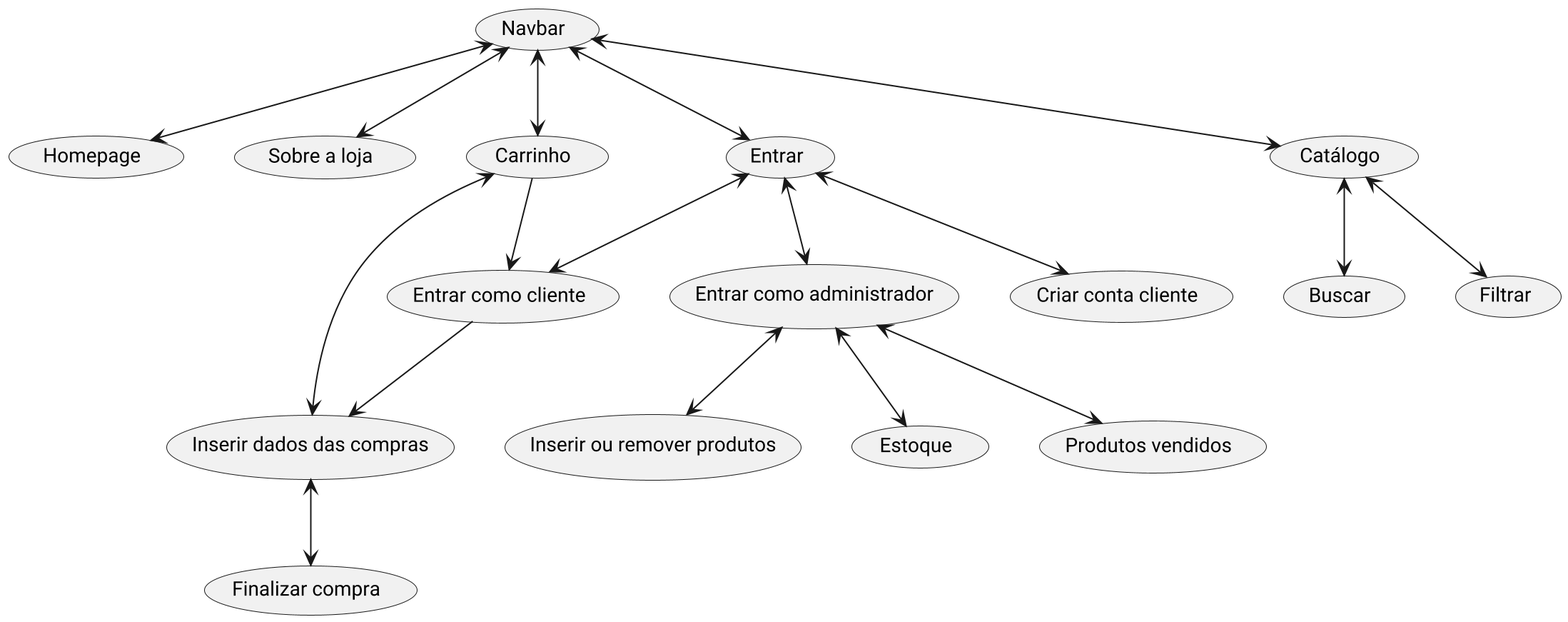
This is diagrama.png from GabrielMtins/scc0219web, a PlantUML export, as it was before one commit.
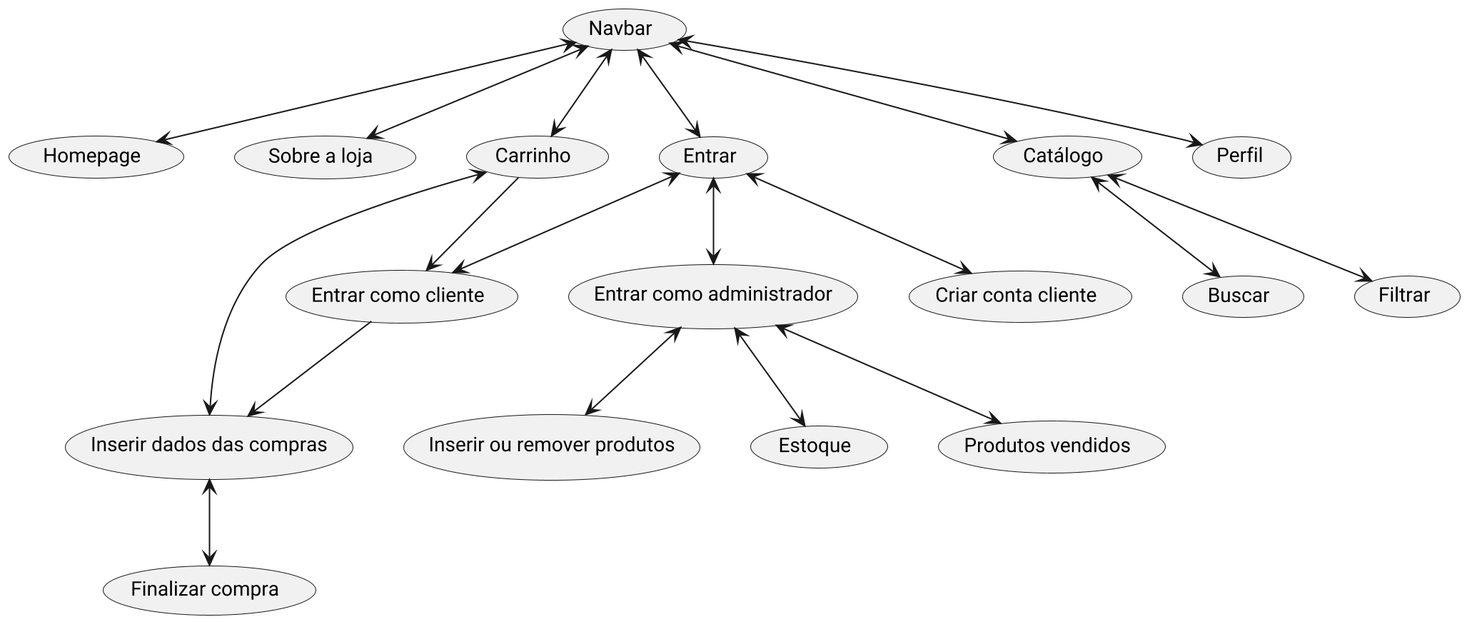
The same file after the commit.

Commit message:
readme, typo e diagrama

Change to the diagram source:
```diff
@@ -18,12 +18,14 @@
 usecase "Produtos vendidos" as prod_vend
 usecase "Catálogo" as compras
 usecase "Navbar" as navbar
+usecase "Perfil" as perfil
 
 navbar <--> home
 navbar <--> login
 navbar <--> about
 navbar <--> compras
 navbar <--> carrinho
+navbar <--> perfil
 login <--> login_client
 login <--> login_admin
 login <--> create_client
```
